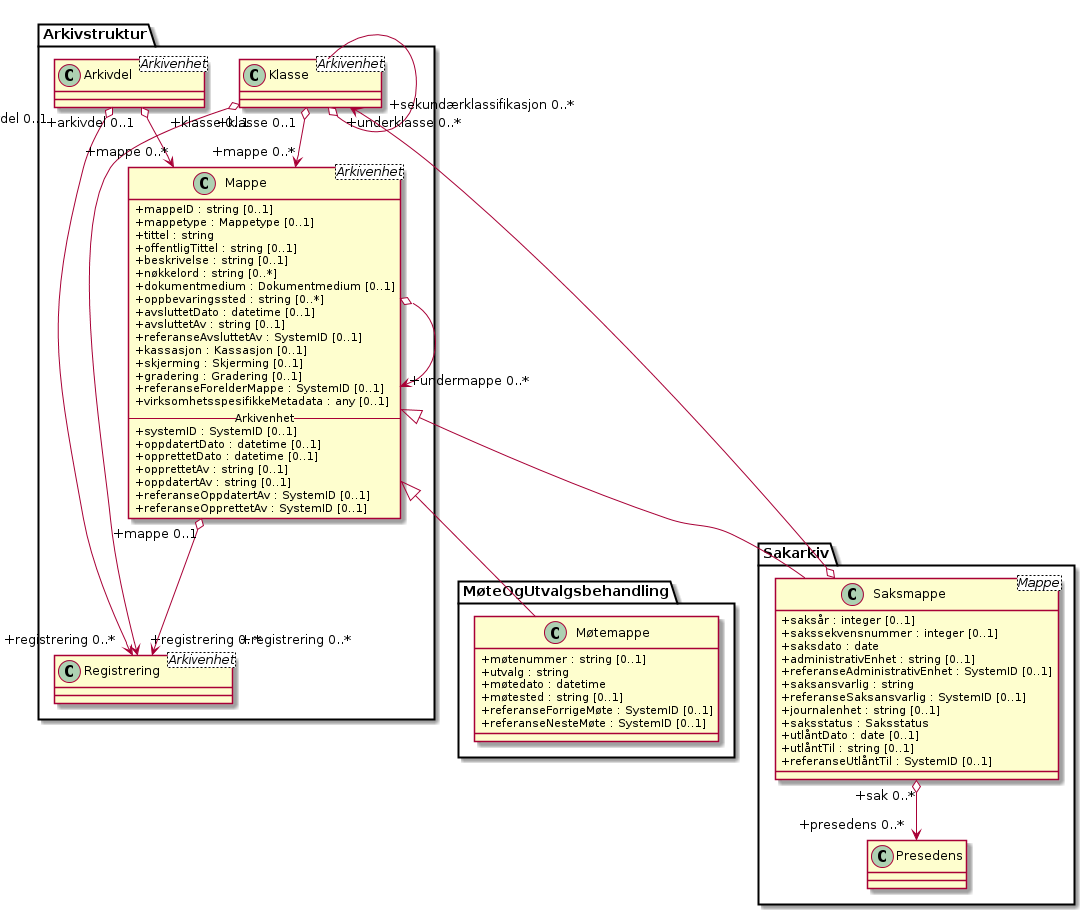
Earlier version of the PlantUML export kapitler/media/uml-arkivstruktur-mappe-til-saksmappe.png (arkivverket/noark5-tjenestegrensesnitt-standard). Its diagram source:
```plantuml
@startuml
skinparam classAttributeIconSize 0

class Arkivstruktur.Klasse <Arkivenhet>
class Arkivstruktur.Arkivdel <Arkivenhet>
class Sakarkiv.Saksmappe <Mappe> {
  +saksår : integer [0..1]
  +sakssekvensnummer : integer [0..1]
  +saksdato : date
  +administrativEnhet : string [0..1]
  +referanseAdministrativEnhet : SystemID [0..1]
  +saksansvarlig : string
  +referanseSaksansvarlig : SystemID [0..1]
  +journalenhet : string [0..1]
  +saksstatus : Saksstatus
  +utlåntDato : date [0..1]
  +utlåntTil : string [0..1]
  +referanseUtlåntTil : SystemID [0..1]
}
class Arkivstruktur.Mappe <Arkivenhet> {
  +mappeID : string [0..1]
  +mappetype : Mappetype [0..1]
  +tittel : string
  +offentligTittel : string [0..1]
  +beskrivelse : string [0..1]
  +nøkkelord : string [0..*]
  +dokumentmedium : Dokumentmedium [0..1]
  +oppbevaringssted : string [0..*]
  +avsluttetDato : datetime [0..1]
  +avsluttetAv : string [0..1]
  +referanseAvsluttetAv : SystemID [0..1]
  +kassasjon : Kassasjon [0..1]
  +skjerming : Skjerming [0..1]
  +gradering : Gradering [0..1]
  +referanseForelderMappe : SystemID [0..1]
  +virksomhetsspesifikkeMetadata : any [0..1]

  --Arkivenhet--
  +systemID : SystemID [0..1]
  +oppdatertDato : datetime [0..1]
  +opprettetDato : datetime [0..1]
  +opprettetAv : string [0..1]
  +oppdatertAv : string [0..1]
  +referanseOppdatertAv : SystemID [0..1]
  +referanseOpprettetAv : SystemID [0..1]
}
class Sakarkiv.Presedens
class Arkivstruktur.Registrering <Arkivenhet>
class MøteOgUtvalgsbehandling.Møtemappe {
  +møtenummer : string [0..1]
  +utvalg : string
  +møtedato : datetime
  +møtested : string [0..1]
  +referanseForrigeMøte : SystemID [0..1]
  +referanseNesteMøte : SystemID [0..1]
}

Arkivstruktur.Arkivdel "+arkivdel 0..1" o--> "+registrering 0..*" Arkivstruktur.Registrering
Arkivstruktur.Klasse --o "+underklasse 0..*" Arkivstruktur.Klasse
Arkivstruktur.Klasse "+klasse 0..1" o--> "+registrering 0..*" Arkivstruktur.Registrering
Arkivstruktur.Arkivdel "+arkivdel 0..1" o--> "+mappe 0..*" Arkivstruktur.Mappe
Arkivstruktur.Klasse "+klasse 0..1" o--> "+mappe 0..*" Arkivstruktur.Mappe
Arkivstruktur.Klasse "+sekundærklassifikasjon 0..*" <--o Sakarkiv.Saksmappe
Arkivstruktur.Mappe o--> "+undermappe 0..*" Arkivstruktur.Mappe
Arkivstruktur.Mappe "+mappe 0..1" o--> "+registrering 0..*" Arkivstruktur.Registrering
Sakarkiv.Saksmappe "+sak 0..*" o--> "+presedens 0..*" Sakarkiv.Presedens
Arkivstruktur.Mappe <|-- Sakarkiv.Saksmappe
Arkivstruktur.Mappe <|-- MøteOgUtvalgsbehandling.Møtemappe

@enduml
```
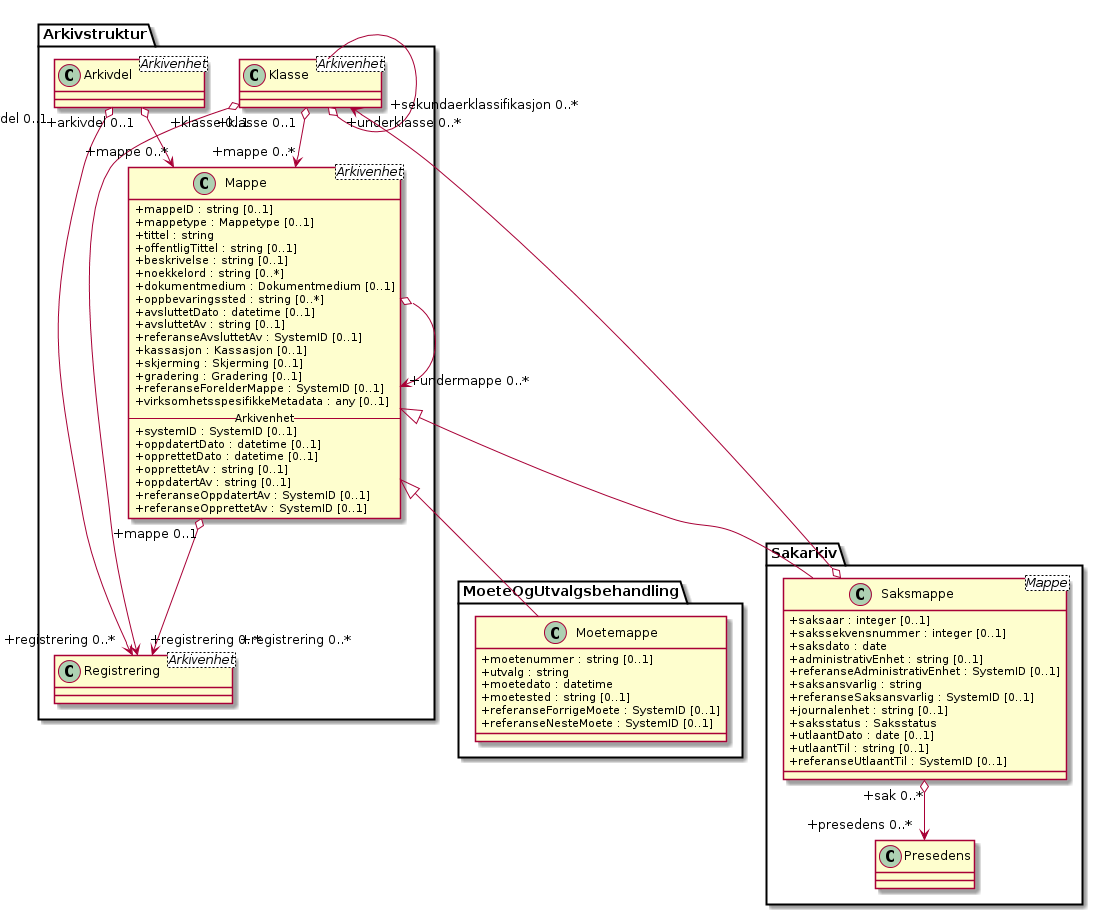
Later version of the same file.

What changed in the source:
```diff
@@ -4,7 +4,7 @@
 class Arkivstruktur.Klasse <Arkivenhet>
 class Arkivstruktur.Arkivdel <Arkivenhet>
 class Sakarkiv.Saksmappe <Mappe> {
-  +saksår : integer [0..1]
+  +saksaar : integer [0..1]
   +sakssekvensnummer : integer [0..1]
   +saksdato : date
   +administrativEnhet : string [0..1]
@@ -13,9 +13,9 @@
   +referanseSaksansvarlig : SystemID [0..1]
   +journalenhet : string [0..1]
   +saksstatus : Saksstatus
-  +utlåntDato : date [0..1]
-  +utlåntTil : string [0..1]
-  +referanseUtlåntTil : SystemID [0..1]
+  +utlaantDato : date [0..1]
+  +utlaantTil : string [0..1]
+  +referanseUtlaantTil : SystemID [0..1]
 }
 class Arkivstruktur.Mappe <Arkivenhet> {
   +mappeID : string [0..1]
@@ -23,7 +23,7 @@
   +tittel : string
   +offentligTittel : string [0..1]
   +beskrivelse : string [0..1]
-  +nøkkelord : string [0..*]
+  +noekkelord : string [0..*]
   +dokumentmedium : Dokumentmedium [0..1]
   +oppbevaringssted : string [0..*]
   +avsluttetDato : datetime [0..1]
@@ -46,13 +46,13 @@
 }
 class Sakarkiv.Presedens
 class Arkivstruktur.Registrering <Arkivenhet>
-class MøteOgUtvalgsbehandling.Møtemappe {
-  +møtenummer : string [0..1]
+class MoeteOgUtvalgsbehandling.Moetemappe {
+  +moetenummer : string [0..1]
   +utvalg : string
-  +møtedato : datetime
-  +møtested : string [0..1]
-  +referanseForrigeMøte : SystemID [0..1]
-  +referanseNesteMøte : SystemID [0..1]
+  +moetedato : datetime
+  +moetested : string [0..1]
+  +referanseForrigeMoete : SystemID [0..1]
+  +referanseNesteMoete : SystemID [0..1]
 }
 
 Arkivstruktur.Arkivdel "+arkivdel 0..1" o--> "+registrering 0..*" Arkivstruktur.Registrering
@@ -60,11 +60,11 @@
 Arkivstruktur.Klasse "+klasse 0..1" o--> "+registrering 0..*" Arkivstruktur.Registrering
 Arkivstruktur.Arkivdel "+arkivdel 0..1" o--> "+mappe 0..*" Arkivstruktur.Mappe
 Arkivstruktur.Klasse "+klasse 0..1" o--> "+mappe 0..*" Arkivstruktur.Mappe
-Arkivstruktur.Klasse "+sekundærklassifikasjon 0..*" <--o Sakarkiv.Saksmappe
+Arkivstruktur.Klasse "+sekundaerklassifikasjon 0..*" <--o Sakarkiv.Saksmappe
 Arkivstruktur.Mappe o--> "+undermappe 0..*" Arkivstruktur.Mappe
 Arkivstruktur.Mappe "+mappe 0..1" o--> "+registrering 0..*" Arkivstruktur.Registrering
 Sakarkiv.Saksmappe "+sak 0..*" o--> "+presedens 0..*" Sakarkiv.Presedens
 Arkivstruktur.Mappe <|-- Sakarkiv.Saksmappe
-Arkivstruktur.Mappe <|-- MøteOgUtvalgsbehandling.Møtemappe
+Arkivstruktur.Mappe <|-- MoeteOgUtvalgsbehandling.Moetemappe
 
 @enduml
```
